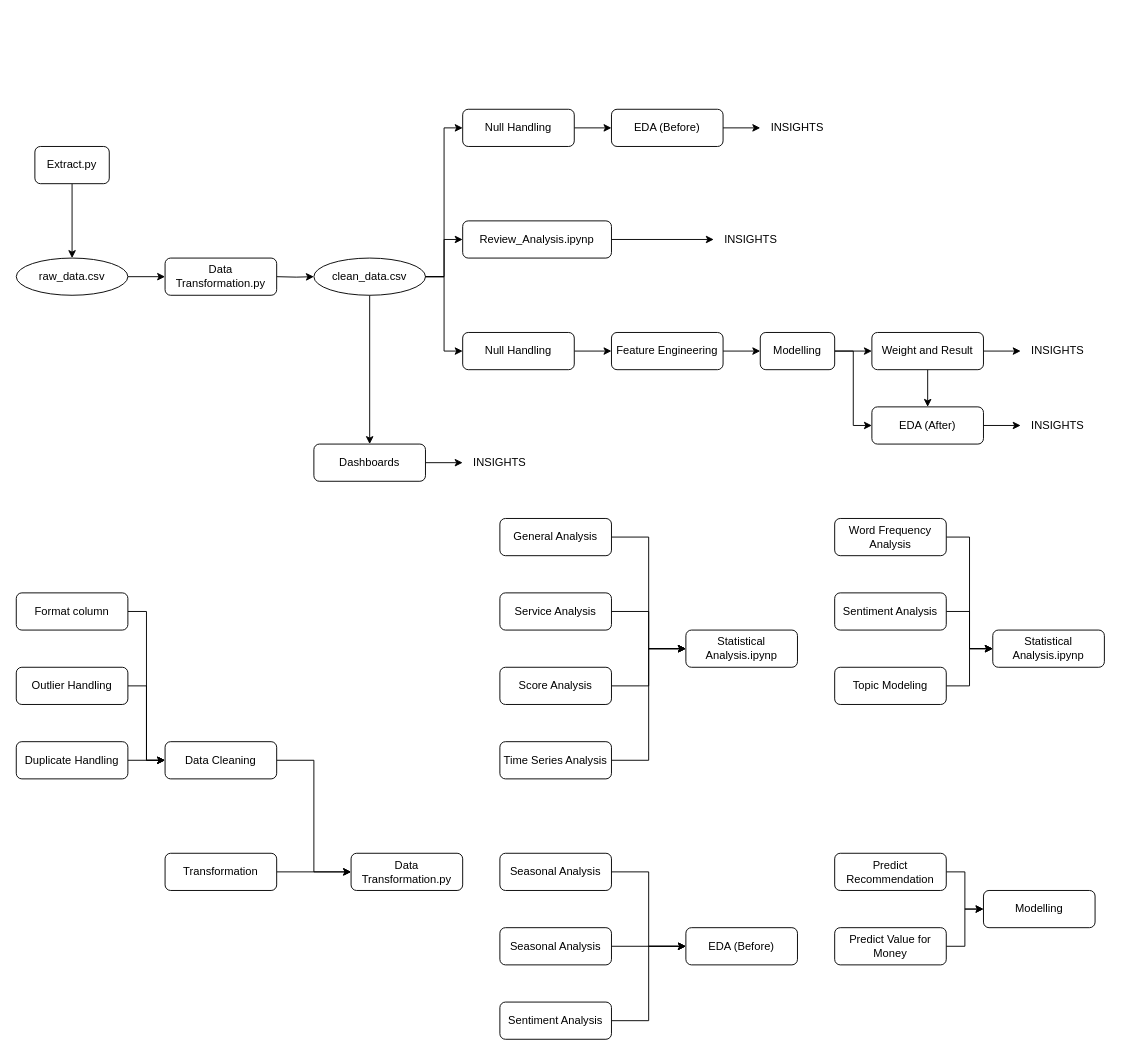
Before: diagram/Flow Chart.drawio in MarkPhamm/British-Airway, a draw.io diagram. Source tidied: cells renumbered, new cells numbered last; positions are measured from the earlier drawing's top-left corner, leaving out a move shared by most shapes. Both pictures are drawn from the tidied source at 93%, with x=0, y=0 at pixel (16, 109).
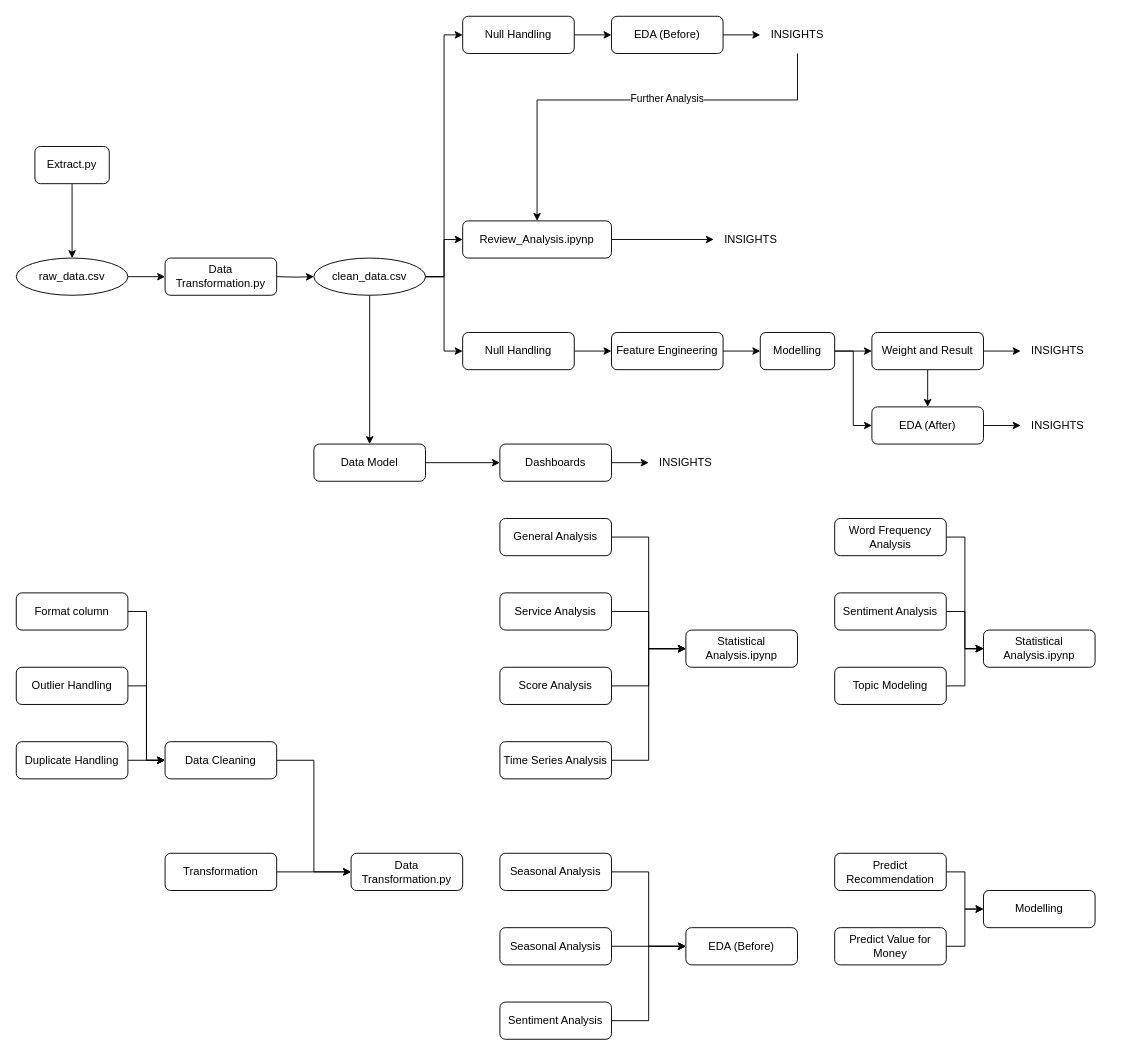
Above is the later version.

The change refers to these unchanged cells:
```xml
<mxCell id="11" value="clean_data.csv" style="ellipse;whiteSpace=wrap;html=1;rounded=1;glass=0;strokeWidth=1;shadow=0;" parent="1" vertex="1">
  <mxGeometry x="320" y="160" width="120" height="40" as="geometry" />
</mxCell>
<mxCell id="74" value="Review_Analysis.ipynp" style="rounded=1;whiteSpace=wrap;html=1;glass=0;strokeWidth=1;shadow=0;" parent="1" vertex="1">
  <mxGeometry x="480" y="120" width="160" height="40" as="geometry" />
</mxCell>
```

The edit, as a diff of the source:
```diff
@@
-    <mxCell id="9" style="edgeStyle=orthogonalEdgeStyle;rounded=0;jettySize=auto;html=1;entryX=0.5;entryY=0;entryDx=0;entryDy=0;" parent="1" edge="1" source="11" target="21">
+    <mxCell id="9" style="rounded=0;jettySize=auto;html=1;entryX=0.5;entryY=0;entryDx=0;entryDy=0;" parent="1" edge="1" source="11" target="80">
       <mxGeometry relative="1" as="geometry" />
     </mxCell>
@@
     <mxCell id="21" value="Dashboards" style="rounded=1;whiteSpace=wrap;html=1;" parent="1" vertex="1">
-      <mxGeometry x="320" y="360" width="120" height="40" as="geometry" />
+      <mxGeometry x="520" y="360" width="120" height="40" as="geometry" />
     </mxCell>
@@
     <mxCell id="23" value="INSIGHTS" style="text;html=1;align=center;verticalAlign=middle;whiteSpace=wrap;rounded=0;" parent="1" vertex="1">
-      <mxGeometry x="480" y="360" width="80" height="40" as="geometry" />
+      <mxGeometry x="680" y="360" width="80" height="40" as="geometry" />
     </mxCell>
@@
     <mxCell id="37" value="EDA (Before)" style="rounded=1;whiteSpace=wrap;html=1;fontSize=12;glass=0;strokeWidth=1;shadow=0;" parent="1" vertex="1">
-      <mxGeometry x="640" width="120" height="40" as="geometry" />
+      <mxGeometry x="640" y="-100" width="120" height="40" as="geometry" />
     </mxCell>
@@
     <mxCell id="39" value="Null Handling" style="rounded=1;whiteSpace=wrap;html=1;glass=0;strokeWidth=1;shadow=0;" parent="1" vertex="1">
-      <mxGeometry x="480" width="120" height="40" as="geometry" />
+      <mxGeometry x="480" y="-100" width="120" height="40" as="geometry" />
     </mxCell>
     <mxCell id="40" style="endArrow=classic;html=1;rounded=0;entryX=0;entryY=0.5;entryDx=0;entryDy=0;exitX=1;exitY=0.5;exitDx=0;exitDy=0;edgeStyle=orthogonalEdgeStyle;" parent="1" edge="1" source="11" target="39">
       <mxGeometry relative="1" as="geometry">
         <Array as="points">
           <mxPoint x="460" y="180" />
-          <mxPoint x="460" y="20" />
+          <mxPoint x="460" y="-80" />
         </Array>
       </mxGeometry>
     </mxCell>
@@
+    <mxCell id="77" style="edgeStyle=orthogonalEdgeStyle;rounded=0;jettySize=auto;html=1;exitX=0.5;exitY=1;exitDx=0;exitDy=0;entryX=0.5;entryY=0;entryDx=0;entryDy=0;" parent="1" edge="1" source="43" target="74">
+      <mxGeometry relative="1" as="geometry">
+        <Array as="points">
+          <mxPoint x="840" y="-10" />
+          <mxPoint x="560" y="-10" />
+        </Array>
+      </mxGeometry>
+    </mxCell>
+    <mxCell id="78" value="Further Analysis" style="edgeLabel;html=1;align=center;verticalAlign=middle;" parent="77" vertex="1">
+      <mxGeometry x="0.1" y="-2" relative="1" as="geometry">
+        <mxPoint x="62" as="offset" />
+      </mxGeometry>
+    </mxCell>
     <mxCell id="43" value="INSIGHTS" style="text;html=1;align=center;verticalAlign=middle;whiteSpace=wrap;rounded=0;" parent="1" vertex="1">
-      <mxGeometry x="800" width="80" height="40" as="geometry" />
+      <mxGeometry x="800" y="-100" width="80" height="40" as="geometry" />
     </mxCell>
@@
     <mxCell id="72" value="Statistical Analysis.ipynp" style="rounded=1;whiteSpace=wrap;html=1;fontSize=12;glass=0;strokeWidth=1;shadow=0;" parent="1" vertex="1">
-      <mxGeometry x="1050" y="560" width="120" height="40" as="geometry" />
+      <mxGeometry x="1040" y="560" width="120" height="40" as="geometry" />
     </mxCell>
@@
+    <mxCell id="79" style="edgeStyle=orthogonalEdgeStyle;rounded=0;jettySize=auto;html=1;" parent="1" edge="1" source="80" target="21">
+      <mxGeometry relative="1" as="geometry" />
+    </mxCell>
+    <mxCell id="80" value="Data Model" style="rounded=1;whiteSpace=wrap;html=1;" parent="1" vertex="1">
+      <mxGeometry x="320" y="360" width="120" height="40" as="geometry" />
+    </mxCell>
```
